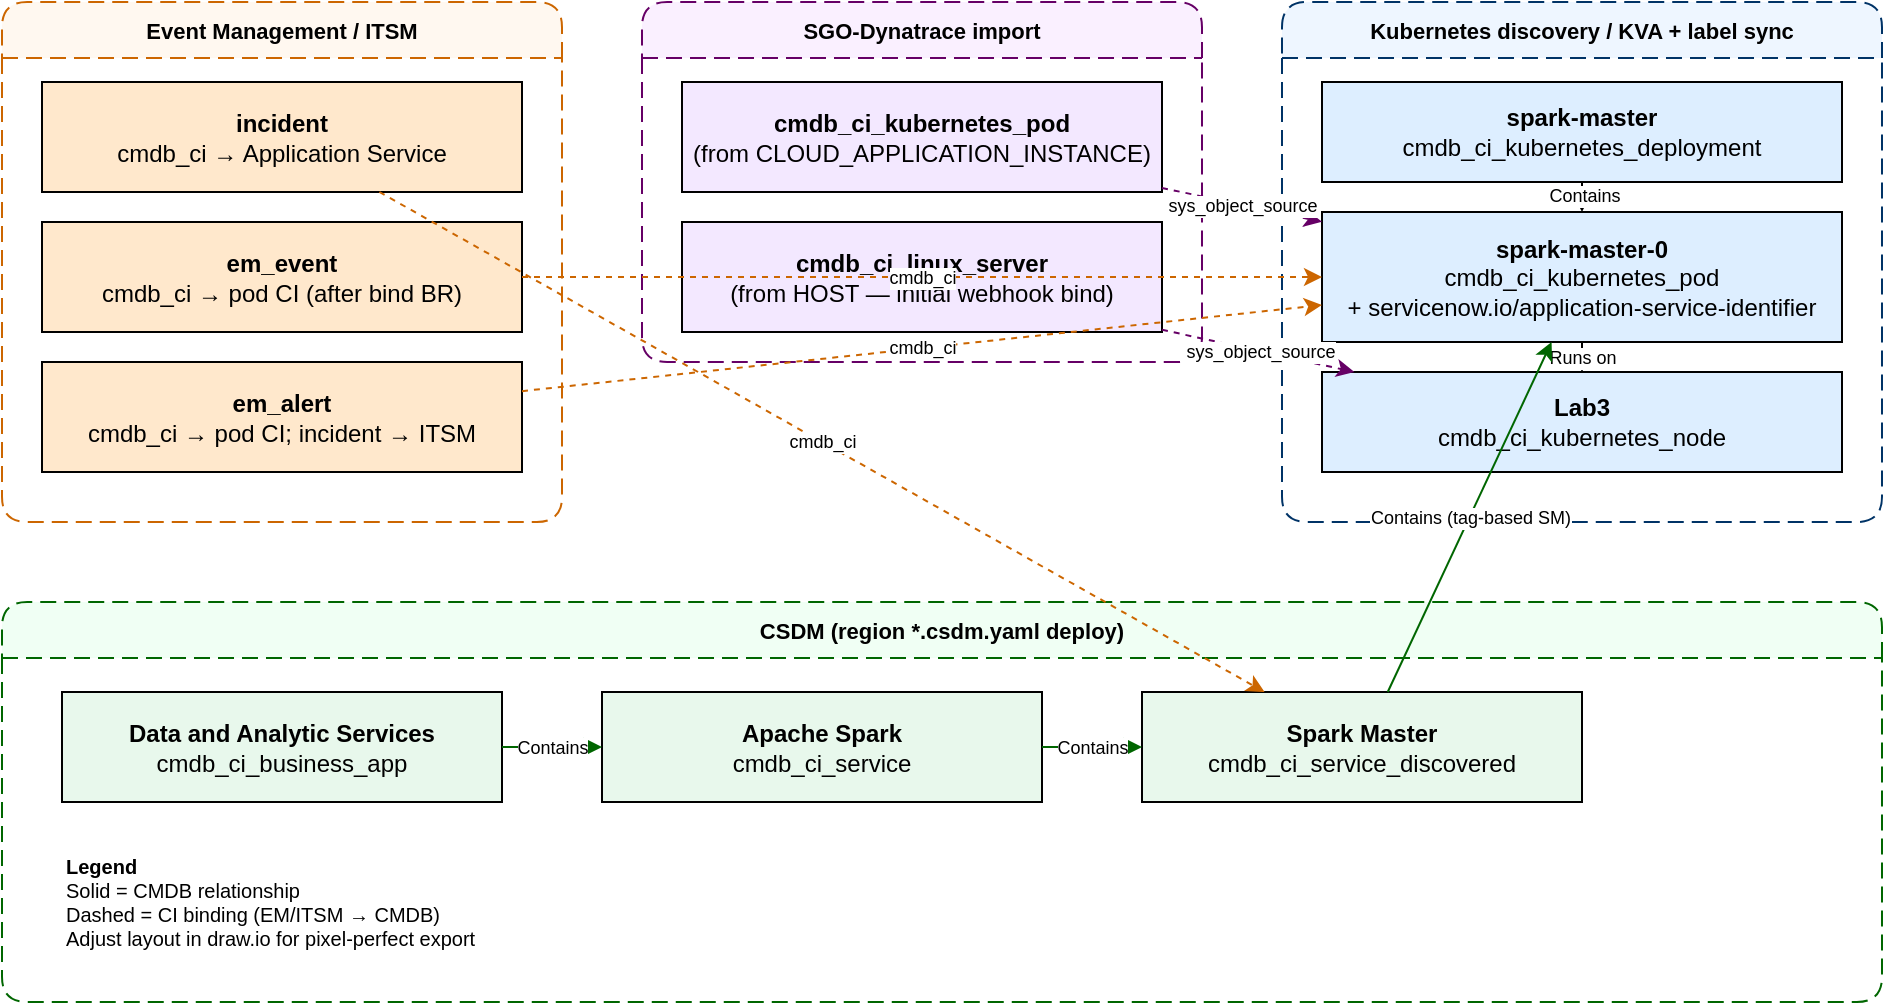
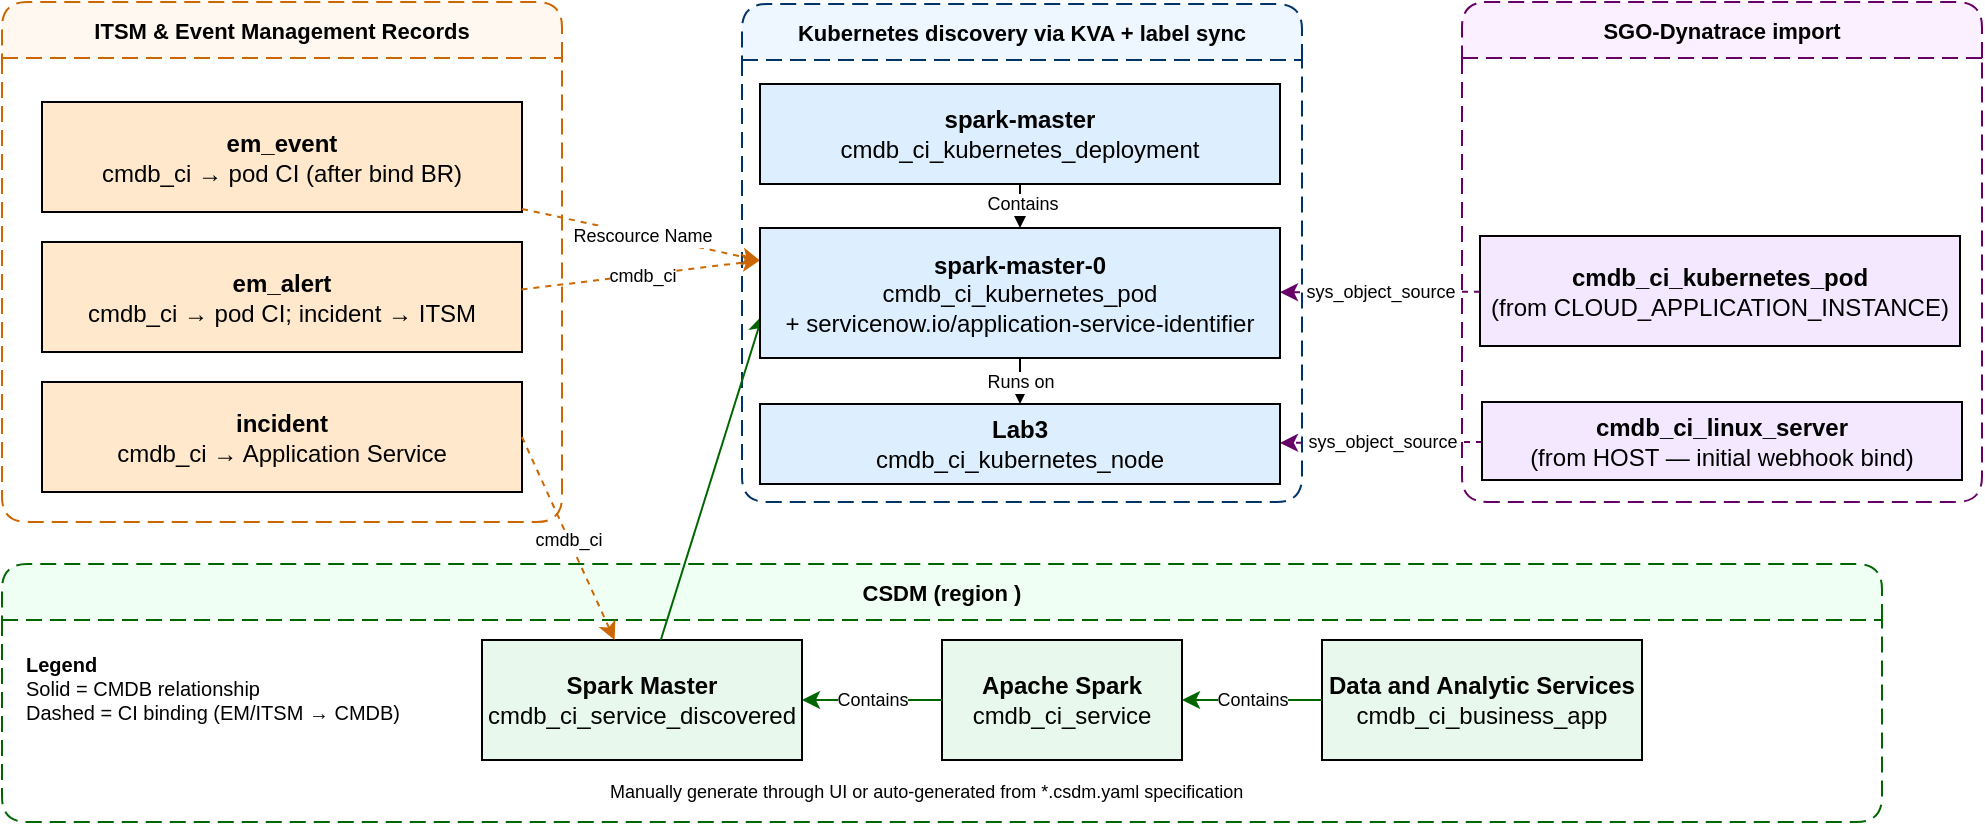
- <mxfile host="app.diagrams.net" agent="spark-observability" version="24.7.17">
+ <mxfile host="Electron" agent="spark-observability">
  <diagram name="spark-csdm-cmdb-model" id="spark-csdm-cmdb-model">
-     <mxGraphModel dx="1200" dy="800" grid="1" gridSize="10" guides="1" tooltips="1" connect="1" arrows="1" fold="1" page="1" pageScale="1" pageWidth="1100" pageHeight="850" math="0" shadow="0">
+     <mxGraphModel dx="1097" dy="475" grid="1" gridSize="10" guides="1" tooltips="1" connect="1" arrows="1" fold="1" page="1" pageScale="1" pageWidth="1100" pageHeight="850" math="0" shadow="0">
      <root>
        <mxCell id="0" />
        <mxCell id="1" parent="0" />
- 
-         <!-- Event Management / ITSM cluster -->
-         <mxCell id="cluster-em" value="Event Management / ITSM" style="swimlane;rounded=1;dashed=1;dashPattern=8 4;strokeColor=#CC6600;fillColor=#FFF8F0;fontStyle=1;fontSize=11;startSize=28;" vertex="1" parent="1">
-           <mxGeometry x="40" y="40" width="280" height="260" as="geometry" />
+         <mxCell id="cluster-em" parent="1" style="swimlane;rounded=1;dashed=1;dashPattern=8 4;strokeColor=#CC6600;fillColor=#FFF8F0;fontStyle=1;fontSize=11;startSize=28;" value="ITSM &amp; Event Management Records" vertex="1">
+           <mxGeometry height="260" width="280" x="40" y="40" as="geometry" />
        </mxCell>
-         <mxCell id="inc" value="&lt;b&gt;incident&lt;/b&gt;&lt;div&gt;cmdb_ci → Application Service&lt;/div&gt;" style="rounded=0;whiteSpace=wrap;html=1;fillColor=#FFE8CC;" vertex="1" parent="cluster-em">
-           <mxGeometry x="20" y="40" width="240" height="55" as="geometry" />
+         <mxCell id="inc" parent="cluster-em" style="rounded=0;whiteSpace=wrap;html=1;fillColor=#FFE8CC;" value="&lt;b&gt;incident&lt;/b&gt;&lt;div&gt;cmdb_ci → Application Service&lt;/div&gt;" vertex="1">
+           <mxGeometry height="55" width="240" x="20" y="190" as="geometry" />
        </mxCell>
-         <mxCell id="ev" value="&lt;b&gt;em_event&lt;/b&gt;&lt;div&gt;cmdb_ci → pod CI (after bind BR)&lt;/div&gt;" style="rounded=0;whiteSpace=wrap;html=1;fillColor=#FFE8CC;" vertex="1" parent="cluster-em">
-           <mxGeometry x="20" y="110" width="240" height="55" as="geometry" />
+         <mxCell id="ev" parent="cluster-em" style="rounded=0;whiteSpace=wrap;html=1;fillColor=#FFE8CC;" value="&lt;b&gt;em_event&lt;/b&gt;&lt;div&gt;cmdb_ci → pod CI (after bind BR)&lt;/div&gt;" vertex="1">
+           <mxGeometry height="55" width="240" x="20" y="50" as="geometry" />
        </mxCell>
-         <mxCell id="al" value="&lt;b&gt;em_alert&lt;/b&gt;&lt;div&gt;cmdb_ci → pod CI; incident → ITSM&lt;/div&gt;" style="rounded=0;whiteSpace=wrap;html=1;fillColor=#FFE8CC;" vertex="1" parent="cluster-em">
-           <mxGeometry x="20" y="180" width="240" height="55" as="geometry" />
+         <mxCell id="al" parent="cluster-em" style="rounded=0;whiteSpace=wrap;html=1;fillColor=#FFE8CC;" value="&lt;b&gt;em_alert&lt;/b&gt;&lt;div&gt;cmdb_ci → pod CI; incident → ITSM&lt;/div&gt;" vertex="1">
+           <mxGeometry height="55" width="240" x="20" y="120" as="geometry" />
        </mxCell>
- 
-         <!-- SGO-Dynatrace import cluster -->
-         <mxCell id="cluster-sgo" value="SGO-Dynatrace import" style="swimlane;rounded=1;dashed=1;dashPattern=8 4;strokeColor=#660066;fillColor=#FAF0FF;fontStyle=1;fontSize=11;startSize=28;" vertex="1" parent="1">
-           <mxGeometry x="360" y="40" width="280" height="180" as="geometry" />
+         <mxCell id="cluster-sgo" parent="1" style="swimlane;rounded=1;dashed=1;dashPattern=8 4;strokeColor=#660066;fillColor=#FAF0FF;fontStyle=1;fontSize=11;startSize=28;container=0;" value="SGO-Dynatrace import" vertex="1">
+           <mxGeometry height="250" width="260" x="770" y="40" as="geometry" />
        </mxCell>
-         <mxCell id="ci-pod-sgo" value="&lt;b&gt;cmdb_ci_kubernetes_pod&lt;/b&gt;&lt;div&gt;(from CLOUD_APPLICATION_INSTANCE)&lt;/div&gt;" style="rounded=0;whiteSpace=wrap;html=1;fillColor=#F3E8FF;" vertex="1" parent="cluster-sgo">
-           <mxGeometry x="20" y="40" width="240" height="55" as="geometry" />
+         <mxCell id="cluster-k8s" parent="1" style="swimlane;rounded=1;dashed=1;dashPattern=8 4;strokeColor=#003366;fillColor=#EEF6FF;fontStyle=1;fontSize=11;startSize=28;container=0;" value="Kubernetes discovery via KVA + label sync" vertex="1">
+           <mxGeometry height="249" width="280" x="410" y="41" as="geometry" />
        </mxCell>
-         <mxCell id="ci-host-sgo" value="&lt;b&gt;cmdb_ci_linux_server&lt;/b&gt;&lt;div&gt;(from HOST — initial webhook bind)&lt;/div&gt;" style="rounded=0;whiteSpace=wrap;html=1;fillColor=#F3E8FF;" vertex="1" parent="cluster-sgo">
-           <mxGeometry x="20" y="110" width="240" height="55" as="geometry" />
+         <mxCell id="cluster-csdm" parent="1" style="swimlane;rounded=1;dashed=1;dashPattern=8 4;strokeColor=#006600;fillColor=#F0FFF4;fontStyle=1;fontSize=11;startSize=28;" value="CSDM (region )" vertex="1">
+           <mxGeometry height="129" width="940" x="40" y="321" as="geometry" />
        </mxCell>
- 
-         <!-- Kubernetes discovery cluster -->
-         <mxCell id="cluster-k8s" value="Kubernetes discovery / KVA + label sync" style="swimlane;rounded=1;dashed=1;dashPattern=8 4;strokeColor=#003366;fillColor=#EEF6FF;fontStyle=1;fontSize=11;startSize=28;" vertex="1" parent="1">
-           <mxGeometry x="680" y="40" width="300" height="260" as="geometry" />
+         <mxCell id="as" parent="cluster-csdm" style="rounded=0;whiteSpace=wrap;html=1;fillColor=#E8F8EC;" value="&lt;b&gt;Spark Master&lt;/b&gt;&lt;div&gt;cmdb_ci_service_discovered&lt;/div&gt;" vertex="1">
+           <mxGeometry height="60" width="160" x="240" y="38" as="geometry" />
        </mxCell>
-         <mxCell id="dep" value="&lt;b&gt;spark-master&lt;/b&gt;&lt;div&gt;cmdb_ci_kubernetes_deployment&lt;/div&gt;" style="rounded=0;whiteSpace=wrap;html=1;fillColor=#DDEEFf;" vertex="1" parent="cluster-k8s">
-           <mxGeometry x="20" y="40" width="260" height="50" as="geometry" />
+         <mxCell id="legend" parent="cluster-csdm" style="text;html=1;strokeColor=none;fillColor=none;align=left;verticalAlign=top;fontSize=10;" value="&lt;b&gt;Legend&lt;/b&gt;&lt;div&gt;Solid = CMDB relationship&lt;/div&gt;&lt;div&gt;Dashed = CI binding (EM/ITSM → CMDB)&lt;/div&gt;" vertex="1">
+           <mxGeometry height="60" width="200" x="10" y="38" as="geometry" />
        </mxCell>
-         <mxCell id="pod" value="&lt;b&gt;spark-master-0&lt;/b&gt;&lt;div&gt;cmdb_ci_kubernetes_pod&lt;/div&gt;&lt;div&gt;+ servicenow.io/application-service-identifier&lt;/div&gt;" style="rounded=0;whiteSpace=wrap;html=1;fillColor=#DDEEFf;" vertex="1" parent="cluster-k8s">
-           <mxGeometry x="20" y="105" width="260" height="65" as="geometry" />
+         <mxCell id="ba" parent="cluster-csdm" style="rounded=0;whiteSpace=wrap;html=1;fillColor=#E8F8EC;" value="&lt;b&gt;Data and Analytic Services&lt;/b&gt;&lt;div&gt;cmdb_ci_business_app&lt;/div&gt;" vertex="1">
+           <mxGeometry height="60" width="160" x="660" y="38" as="geometry" />
        </mxCell>
-         <mxCell id="k8s-node" value="&lt;b&gt;Lab3&lt;/b&gt;&lt;div&gt;cmdb_ci_kubernetes_node&lt;/div&gt;" style="rounded=0;whiteSpace=wrap;html=1;fillColor=#DDEEFf;" vertex="1" parent="cluster-k8s">
-           <mxGeometry x="20" y="185" width="260" height="50" as="geometry" />
+         <mxCell id="bs" parent="cluster-csdm" style="rounded=0;whiteSpace=wrap;html=1;fillColor=#E8F8EC;" value="&lt;b&gt;Apache Spark&lt;/b&gt;&lt;div&gt;cmdb_ci_service&lt;/div&gt;" vertex="1">
+           <mxGeometry height="60" width="120" x="470" y="38" as="geometry" />
        </mxCell>
- 
-         <!-- CSDM cluster -->
-         <mxCell id="cluster-csdm" value="CSDM (region *.csdm.yaml deploy)" style="swimlane;rounded=1;dashed=1;dashPattern=8 4;strokeColor=#006600;fillColor=#F0FFF4;fontStyle=1;fontSize=11;startSize=28;" vertex="1" parent="1">
-           <mxGeometry x="40" y="340" width="940" height="200" as="geometry" />
-         </mxCell>
-         <mxCell id="ba" value="&lt;b&gt;Data and Analytic Services&lt;/b&gt;&lt;div&gt;cmdb_ci_business_app&lt;/div&gt;" style="rounded=0;whiteSpace=wrap;html=1;fillColor=#E8F8EC;" vertex="1" parent="cluster-csdm">
-           <mxGeometry x="30" y="45" width="220" height="55" as="geometry" />
-         </mxCell>
-         <mxCell id="bs" value="&lt;b&gt;Apache Spark&lt;/b&gt;&lt;div&gt;cmdb_ci_service&lt;/div&gt;" style="rounded=0;whiteSpace=wrap;html=1;fillColor=#E8F8EC;" vertex="1" parent="cluster-csdm">
-           <mxGeometry x="300" y="45" width="220" height="55" as="geometry" />
-         </mxCell>
-         <mxCell id="as" value="&lt;b&gt;Spark Master&lt;/b&gt;&lt;div&gt;cmdb_ci_service_discovered&lt;/div&gt;" style="rounded=0;whiteSpace=wrap;html=1;fillColor=#E8F8EC;" vertex="1" parent="cluster-csdm">
-           <mxGeometry x="570" y="45" width="220" height="55" as="geometry" />
-         </mxCell>
-         <mxCell id="legend" value="&lt;b&gt;Legend&lt;/b&gt;&lt;div&gt;Solid = CMDB relationship&lt;/div&gt;&lt;div&gt;Dashed = CI binding (EM/ITSM → CMDB)&lt;/div&gt;&lt;div&gt;Adjust layout in draw.io for pixel-perfect export&lt;/div&gt;" style="text;html=1;strokeColor=none;fillColor=none;align=left;verticalAlign=top;fontSize=10;" vertex="1" parent="cluster-csdm">
-           <mxGeometry x="30" y="120" width="400" height="70" as="geometry" />
-         </mxCell>
- 
-         <!-- CMDB relationships (solid) -->
-         <mxCell id="e-dep-pod" edge="1" parent="1" source="dep" target="pod" style="endArrow=classic;html=1;strokeWidth=1;">
+         <mxCell id="e-ba-bs" edge="1" parent="cluster-csdm" source="ba" style="endArrow=classic;html=1;strokeWidth=1;strokeColor=#006600;" target="bs">
          <mxGeometry relative="1" as="geometry" />
        </mxCell>
-         <mxCell id="e-dep-pod-label" value="Contains" style="edgeLabel;html=1;align=center;verticalAlign=middle;fontSize=9;" vertex="1" connectable="0" parent="e-dep-pod">
-           <mxGeometry relative="1" x="-0.1" y="1" as="geometry"><mxPoint as="offset" /></mxGeometry>
+         <mxCell id="e-ba-bs-label" connectable="0" parent="e-ba-bs" style="edgeLabel;html=1;align=center;verticalAlign=middle;fontSize=9;" value="Contains" vertex="1">
+           <mxGeometry relative="1" as="geometry">
+             <mxPoint as="offset" />
+           </mxGeometry>
        </mxCell>
-         <mxCell id="e-pod-node" edge="1" parent="1" source="pod" target="k8s-node" style="endArrow=classic;html=1;strokeWidth=1;">
+         <mxCell id="e-bs-as" edge="1" parent="cluster-csdm" source="bs" style="endArrow=classic;html=1;strokeWidth=1;strokeColor=#006600;entryX=1;entryY=0.5;entryDx=0;entryDy=0;" target="as">
+           <mxGeometry relative="1" as="geometry">
+             <mxPoint x="940" y="145.5" as="targetPoint" />
+           </mxGeometry>
+         </mxCell>
+         <mxCell id="e-bs-as-label" connectable="0" parent="e-bs-as" style="edgeLabel;html=1;align=center;verticalAlign=middle;fontSize=9;" value="Contains" vertex="1">
+           <mxGeometry relative="1" as="geometry">
+             <mxPoint as="offset" />
+           </mxGeometry>
+         </mxCell>
+         <UserObject label="&lt;span style=&quot;color: rgb(0, 0, 0); font-family: Helvetica; font-style: normal; font-variant-ligatures: normal; font-variant-caps: normal; letter-spacing: normal; orphans: 2; text-align: center; text-indent: 0px; text-transform: none; widows: 2; word-spacing: 0px; -webkit-text-stroke-width: 0px; white-space: nowrap; text-decoration-thickness: initial; text-decoration-style: initial; text-decoration-color: initial; float: none; background-color: rgb(255, 255, 255); display: inline !important;&quot;&gt;&lt;font&gt;Manually generate through UI or auto-generated from *.csdm.yaml specification&lt;/font&gt;&lt;/span&gt;" link="&lt;span style=&quot;color: rgb(0, 0, 0); font-family: Helvetica; font-size: 11px; font-style: normal; font-variant-ligatures: normal; font-variant-caps: normal; font-weight: 700; letter-spacing: normal; orphans: 2; text-align: center; text-indent: 0px; text-transform: none; widows: 2; word-spacing: 0px; -webkit-text-stroke-width: 0px; white-space: nowrap; background-color: rgb(236, 236, 236); text-decoration-thickness: initial; text-decoration-style: initial; text-decoration-color: initial; display: inline !important; float: none;&quot;&gt;*.csdm.yaml deploy&lt;/span&gt;" id="DNvUSIcVeQgUdOnBBrV1-6">
+           <mxCell parent="cluster-csdm" style="text;whiteSpace=wrap;html=1;fontSize=9;fontStyle=0;verticalAlign=middle;" vertex="1">
+             <mxGeometry height="9" width="337" x="301.5" y="109" as="geometry" />
+           </mxCell>
+         </UserObject>
+         <mxCell id="e-dep-pod" edge="1" parent="1" source="dep" style="endArrow=classic;html=1;strokeWidth=1;" target="pod">
          <mxGeometry relative="1" as="geometry" />
        </mxCell>
-         <mxCell id="e-pod-node-label" value="Runs on" style="edgeLabel;html=1;align=center;verticalAlign=middle;fontSize=9;" vertex="1" connectable="0" parent="e-pod-node">
-           <mxGeometry relative="1" as="geometry"><mxPoint as="offset" /></mxGeometry>
+         <mxCell id="e-dep-pod-label" connectable="0" parent="e-dep-pod" style="edgeLabel;html=1;align=center;verticalAlign=middle;fontSize=9;" value="Contains" vertex="1">
+           <mxGeometry relative="1" x="-0.1" y="1" as="geometry">
+             <mxPoint as="offset" />
+           </mxGeometry>
        </mxCell>
-         <mxCell id="e-ba-bs" edge="1" parent="1" source="ba" target="bs" style="endArrow=classic;html=1;strokeWidth=1;strokeColor=#006600;">
+         <mxCell id="e-pod-node" edge="1" parent="1" source="pod" style="endArrow=classic;html=1;strokeWidth=1;" target="k8s-node">
          <mxGeometry relative="1" as="geometry" />
        </mxCell>
-         <mxCell id="e-ba-bs-label" value="Contains" style="edgeLabel;html=1;align=center;verticalAlign=middle;fontSize=9;" vertex="1" connectable="0" parent="e-ba-bs">
-           <mxGeometry relative="1" as="geometry"><mxPoint as="offset" /></mxGeometry>
+         <mxCell id="e-pod-node-label" connectable="0" parent="e-pod-node" style="edgeLabel;html=1;align=center;verticalAlign=middle;fontSize=9;" value="Runs on" vertex="1">
+           <mxGeometry relative="1" as="geometry">
+             <mxPoint as="offset" />
+           </mxGeometry>
        </mxCell>
-         <mxCell id="e-bs-as" edge="1" parent="1" source="bs" target="as" style="endArrow=classic;html=1;strokeWidth=1;strokeColor=#006600;">
+         <mxCell id="e-as-pod" edge="1" parent="1" source="as" style="endArrow=classic;html=1;strokeWidth=1;strokeColor=#006600;dashed=0;entryX=0.005;entryY=0.67;entryDx=0;entryDy=0;entryPerimeter=0;" target="pod">
          <mxGeometry relative="1" as="geometry" />
        </mxCell>
-         <mxCell id="e-bs-as-label" value="Contains" style="edgeLabel;html=1;align=center;verticalAlign=middle;fontSize=9;" vertex="1" connectable="0" parent="e-bs-as">
-           <mxGeometry relative="1" as="geometry"><mxPoint as="offset" /></mxGeometry>
-         </mxCell>
-         <mxCell id="e-as-pod" edge="1" parent="1" source="as" target="pod" style="endArrow=classic;html=1;strokeWidth=1;strokeColor=#006600;dashed=0;">
+         <mxCell id="e-inc-as" edge="1" parent="1" source="inc" style="endArrow=classic;html=1;dashed=1;strokeColor=#CC6600;strokeWidth=1;exitX=1;exitY=0.5;exitDx=0;exitDy=0;" target="as">
          <mxGeometry relative="1" as="geometry" />
        </mxCell>
-         <mxCell id="e-as-pod-label" value="Contains (tag-based SM)" style="edgeLabel;html=1;align=center;verticalAlign=middle;fontSize=9;" vertex="1" connectable="0" parent="e-as-pod">
-           <mxGeometry relative="1" as="geometry"><mxPoint as="offset" /></mxGeometry>
+         <mxCell id="e-inc-as-label" connectable="0" parent="e-inc-as" style="edgeLabel;html=1;align=center;verticalAlign=middle;fontSize=9;" value="cmdb_ci" vertex="1">
+           <mxGeometry relative="1" as="geometry">
+             <mxPoint as="offset" />
+           </mxGeometry>
        </mxCell>
- 
-         <!-- CI bindings (dashed) -->
-         <mxCell id="e-inc-as" edge="1" parent="1" source="inc" target="as" style="endArrow=classic;html=1;dashed=1;strokeColor=#CC6600;strokeWidth=1;">
+         <mxCell id="e-ev-pod" edge="1" parent="1" source="ev" style="endArrow=classic;html=1;dashed=1;strokeColor=#CC6600;strokeWidth=1;entryX=0;entryY=0.25;entryDx=0;entryDy=0;" target="pod">
          <mxGeometry relative="1" as="geometry" />
        </mxCell>
-         <mxCell id="e-inc-as-label" value="cmdb_ci" style="edgeLabel;html=1;align=center;verticalAlign=middle;fontSize=9;" vertex="1" connectable="0" parent="e-inc-as">
-           <mxGeometry relative="1" as="geometry"><mxPoint as="offset" /></mxGeometry>
+         <mxCell id="e-ev-pod-label" connectable="0" parent="e-ev-pod" style="edgeLabel;html=1;align=center;verticalAlign=middle;fontSize=9;" value="Rescource Name" vertex="1">
+           <mxGeometry relative="1" as="geometry">
+             <mxPoint as="offset" />
+           </mxGeometry>
        </mxCell>
-         <mxCell id="e-ev-pod" edge="1" parent="1" source="ev" target="pod" style="endArrow=classic;html=1;dashed=1;strokeColor=#CC6600;strokeWidth=1;">
+         <mxCell id="e-al-pod" edge="1" parent="1" source="al" style="endArrow=classic;html=1;dashed=1;strokeColor=#CC6600;strokeWidth=1;entryX=0;entryY=0.25;entryDx=0;entryDy=0;exitX=0.999;exitY=0.431;exitDx=0;exitDy=0;exitPerimeter=0;" target="pod">
          <mxGeometry relative="1" as="geometry" />
        </mxCell>
-         <mxCell id="e-ev-pod-label" value="cmdb_ci" style="edgeLabel;html=1;align=center;verticalAlign=middle;fontSize=9;" vertex="1" connectable="0" parent="e-ev-pod">
-           <mxGeometry relative="1" as="geometry"><mxPoint as="offset" /></mxGeometry>
+         <mxCell id="e-al-pod-label" connectable="0" parent="e-al-pod" style="edgeLabel;html=1;align=center;verticalAlign=middle;fontSize=9;" value="cmdb_ci" vertex="1">
+           <mxGeometry relative="1" as="geometry">
+             <mxPoint as="offset" />
+           </mxGeometry>
        </mxCell>
-         <mxCell id="e-al-pod" edge="1" parent="1" source="al" target="pod" style="endArrow=classic;html=1;dashed=1;strokeColor=#CC6600;strokeWidth=1;">
+         <mxCell id="e-sgo-pod" edge="1" parent="1" source="ci-pod-sgo" style="endArrow=classic;html=1;dashed=1;strokeColor=#660066;strokeWidth=1;" target="pod">
          <mxGeometry relative="1" as="geometry" />
        </mxCell>
-         <mxCell id="e-al-pod-label" value="cmdb_ci" style="edgeLabel;html=1;align=center;verticalAlign=middle;fontSize=9;" vertex="1" connectable="0" parent="e-al-pod">
-           <mxGeometry relative="1" as="geometry"><mxPoint as="offset" /></mxGeometry>
+         <mxCell id="e-sgo-pod-label" connectable="0" parent="e-sgo-pod" style="edgeLabel;html=1;align=center;verticalAlign=middle;fontSize=9;" value="sys_object_source" vertex="1">
+           <mxGeometry relative="1" as="geometry">
+             <mxPoint as="offset" />
+           </mxGeometry>
        </mxCell>
-         <mxCell id="e-sgo-pod" edge="1" parent="1" source="ci-pod-sgo" target="pod" style="endArrow=classic;html=1;dashed=1;strokeColor=#660066;strokeWidth=1;">
+         <mxCell id="e-sgo-host" edge="1" parent="1" source="ci-host-sgo" style="endArrow=classic;html=1;dashed=1;strokeColor=#660066;strokeWidth=1;" target="k8s-node">
          <mxGeometry relative="1" as="geometry" />
        </mxCell>
-         <mxCell id="e-sgo-pod-label" value="sys_object_source" style="edgeLabel;html=1;align=center;verticalAlign=middle;fontSize=9;" vertex="1" connectable="0" parent="e-sgo-pod">
-           <mxGeometry relative="1" as="geometry"><mxPoint as="offset" /></mxGeometry>
+         <mxCell id="e-sgo-host-label" connectable="0" parent="e-sgo-host" style="edgeLabel;html=1;align=center;verticalAlign=middle;fontSize=9;" value="sys_object_source" vertex="1">
+           <mxGeometry relative="1" as="geometry">
+             <mxPoint as="offset" />
+           </mxGeometry>
        </mxCell>
-         <mxCell id="e-sgo-host" edge="1" parent="1" source="ci-host-sgo" target="k8s-node" style="endArrow=classic;html=1;dashed=1;strokeColor=#660066;strokeWidth=1;">
-           <mxGeometry relative="1" as="geometry" />
+         <mxCell id="ci-pod-sgo" parent="1" style="rounded=0;whiteSpace=wrap;html=1;fillColor=#F3E8FF;" value="&lt;b&gt;cmdb_ci_kubernetes_pod&lt;/b&gt;&lt;div&gt;(from CLOUD_APPLICATION_INSTANCE)&lt;/div&gt;" vertex="1">
+           <mxGeometry height="55" width="240" x="779" y="157" as="geometry" />
        </mxCell>
-         <mxCell id="e-sgo-host-label" value="sys_object_source" style="edgeLabel;html=1;align=center;verticalAlign=middle;fontSize=9;" vertex="1" connectable="0" parent="e-sgo-host">
-           <mxGeometry relative="1" as="geometry"><mxPoint as="offset" /></mxGeometry>
+         <mxCell id="ci-host-sgo" parent="1" style="rounded=0;whiteSpace=wrap;html=1;fillColor=#F3E8FF;" value="&lt;b&gt;cmdb_ci_linux_server&lt;/b&gt;&lt;div&gt;(from HOST — initial webhook bind)&lt;/div&gt;" vertex="1">
+           <mxGeometry height="39" width="240" x="780" y="240" as="geometry" />
+         </mxCell>
+         <mxCell id="dep" parent="1" style="rounded=0;whiteSpace=wrap;html=1;fillColor=#DDEEFf;" value="&lt;b&gt;spark-master&lt;/b&gt;&lt;div&gt;cmdb_ci_kubernetes_deployment&lt;/div&gt;" vertex="1">
+           <mxGeometry height="50" width="260" x="419" y="81" as="geometry" />
+         </mxCell>
+         <mxCell id="pod" parent="1" style="rounded=0;whiteSpace=wrap;html=1;fillColor=#DDEEFf;" value="&lt;b&gt;spark-master-0&lt;/b&gt;&lt;div&gt;cmdb_ci_kubernetes_pod&lt;/div&gt;&lt;div&gt;+ servicenow.io/application-service-identifier&lt;/div&gt;" vertex="1">
+           <mxGeometry height="65" width="260" x="419" y="153" as="geometry" />
+         </mxCell>
+         <mxCell id="k8s-node" parent="1" style="rounded=0;whiteSpace=wrap;html=1;fillColor=#DDEEFf;" value="&lt;b&gt;Lab3&lt;/b&gt;&lt;div&gt;cmdb_ci_kubernetes_node&lt;/div&gt;" vertex="1">
+           <mxGeometry height="40" width="260" x="419" y="241" as="geometry" />
        </mxCell>
      </root>
    </mxGraphModel>
  </diagram>
</mxfile>
